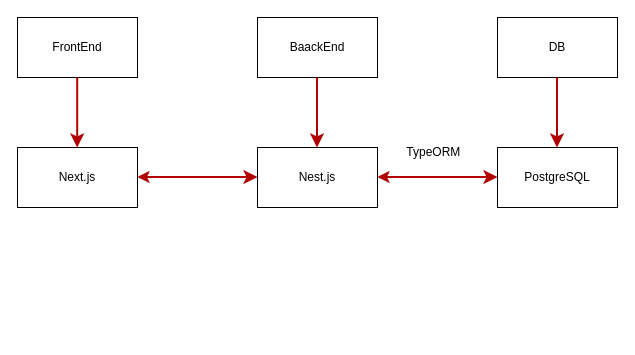
hyk4869/fullstack-kakeibo keeps this draw.io diagram as components.drawio. Above is the earlier version. Source tidied: cells renumbered, new cells numbered last; positions are measured from the earlier drawing's top-left corner, leaving out a move shared by most shapes. Both pictures are drawn from the tidied source at 100%, with x=0, y=0 at pixel (17, 17).
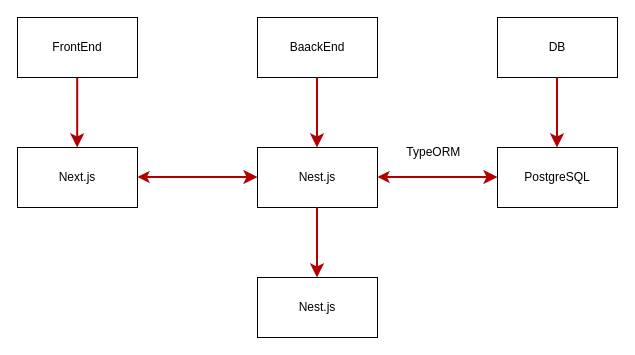
After the change.

Change to the diagram source:
```diff
@@
+    <mxCell id="14" style="edgeStyle=none;orthogonalLoop=1;jettySize=auto;html=1;fillColor=#e51400;strokeColor=#B20000;endSize=8;strokeWidth=2;" parent="1" edge="1">
+      <mxGeometry relative="1" as="geometry">
+        <mxPoint x="299.5" y="190" as="sourcePoint" />
+        <mxPoint x="299.5" y="260" as="targetPoint" />
+      </mxGeometry>
+    </mxCell>
+    <mxCell id="15" value="Nest.js" style="whiteSpace=wrap;html=1;" parent="1" vertex="1">
+      <mxGeometry x="240" y="260" width="120" height="60" as="geometry" />
+    </mxCell>
```
